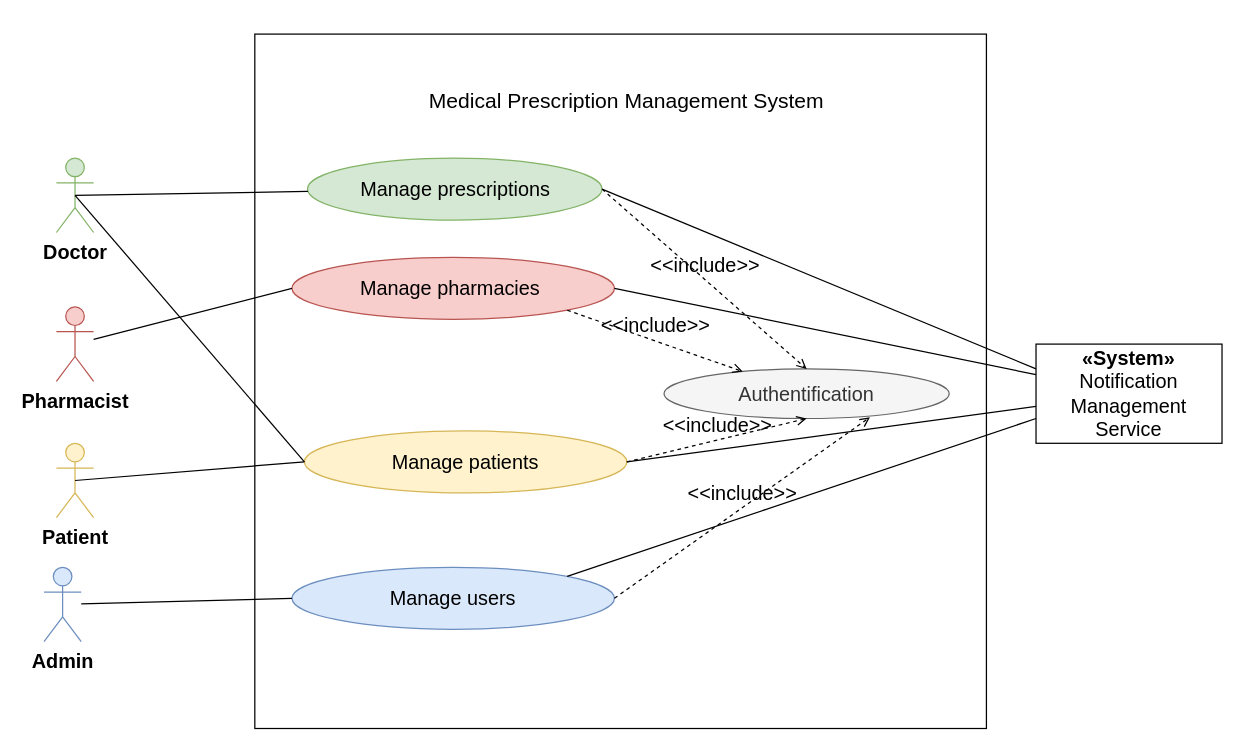
This is Use case_diagram/Global useCase diagram.drawio from siwar630/Conception-pfe, a draw.io file, before an edit. Source tidied: cells renumbered, new cells numbered last; positions are measured from the earlier drawing's top-left corner, leaving out a move shared by most shapes. Both pictures are drawn from the tidied source at 124%, with x=0, y=0 at pixel (43, 33).
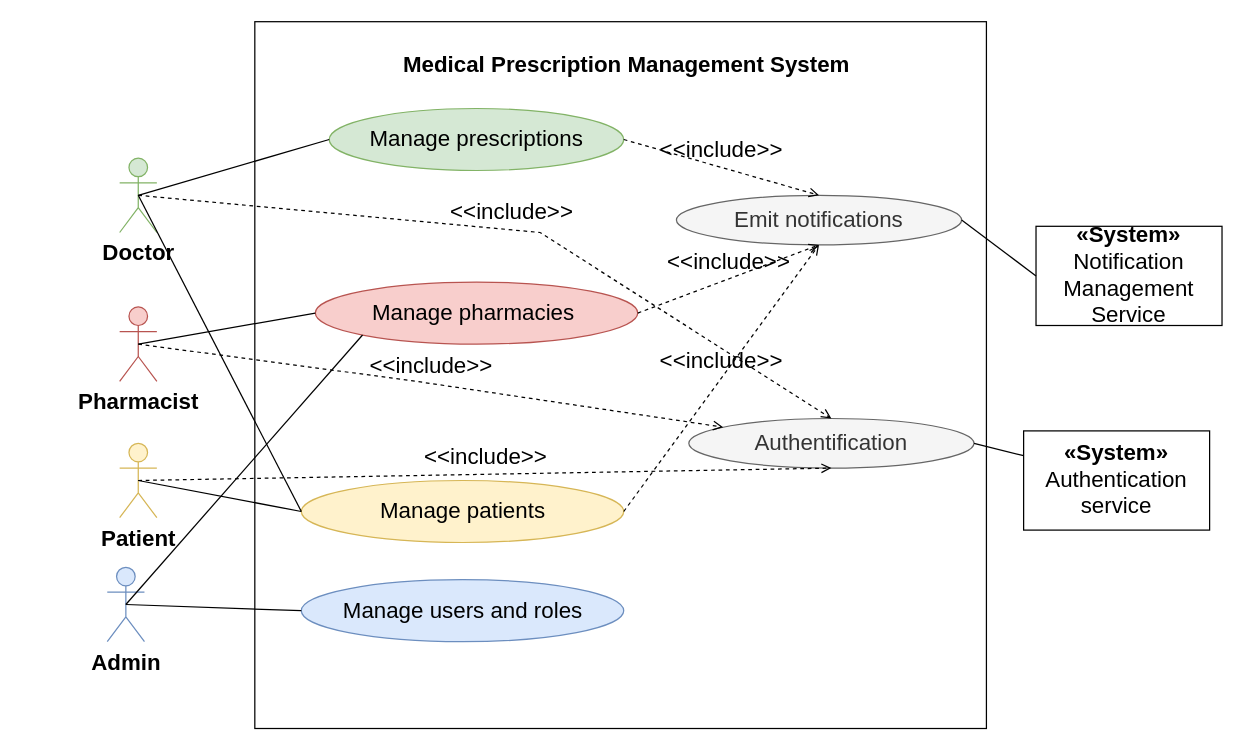
Above is the later version.

Commit message:
Mettre à jour Global useCase diagram.drawio

What changed in the source:
```diff
@@
-    <mxCell id="2" style="html=1;whiteSpace=wrap;fontSize=16;" parent="1" vertex="1">
-      <mxGeometry x="170" width="590" height="560" as="geometry" />
+    <mxCell id="2" style="html=1;whiteSpace=wrap;fontSize=18;" parent="1" vertex="1">
+      <mxGeometry x="170" y="-10" width="590" height="570" as="geometry" />
     </mxCell>
-    <mxCell id="3" value="&lt;span style=&quot;text-align: left;&quot;&gt;&lt;font&gt;&lt;span&gt;Medical Prescription Management System&lt;/span&gt;&lt;/font&gt;&lt;/span&gt;" style="text;html=1;align=center;verticalAlign=middle;whiteSpace=wrap;rounded=0;fontSize=17;fontStyle=0;" parent="1" vertex="1">
-      <mxGeometry x="250" y="40" width="440" height="30" as="geometry" />
+    <mxCell id="3" value="&lt;span style=&quot;text-align: left;&quot;&gt;&lt;font&gt;&lt;span&gt;Medical Prescription Management System&lt;/span&gt;&lt;/font&gt;&lt;/span&gt;" style="text;html=1;align=center;verticalAlign=middle;whiteSpace=wrap;rounded=0;fontSize=18;fontStyle=1;" parent="1" vertex="1">
+      <mxGeometry x="250" y="10" width="440" height="30" as="geometry" />
     </mxCell>
-    <mxCell id="4" value="&lt;span style=&quot;text-align: left; text-wrap-mode: wrap;&quot;&gt;Doctor&lt;/span&gt;" style="shape=umlActor;verticalLabelPosition=bottom;verticalAlign=top;html=1;outlineConnect=0;fillColor=#d5e8d4;strokeColor=#82b366;fontSize=16;fontStyle=1;" parent="1" vertex="1">
-      <mxGeometry x="10" y="100" width="30" height="60" as="geometry" />
+    <mxCell id="4" value="&lt;span style=&quot;text-align: left; text-wrap-mode: wrap;&quot;&gt;Doctor&lt;/span&gt;" style="shape=umlActor;verticalLabelPosition=bottom;verticalAlign=top;html=1;outlineConnect=0;fillColor=#d5e8d4;strokeColor=#82b366;fontSize=18;fontStyle=1;" parent="1" vertex="1">
+      <mxGeometry x="61" y="100" width="30" height="60" as="geometry" />
     </mxCell>
-    <mxCell id="5" value="&lt;span style=&quot;text-align: left; text-wrap-mode: wrap;&quot;&gt;&lt;b&gt;Pharmacist&lt;/b&gt;&lt;/span&gt;" style="shape=umlActor;verticalLabelPosition=bottom;verticalAlign=top;html=1;outlineConnect=0;fillColor=#f8cecc;strokeColor=#b85450;fontSize=16;" parent="1" vertex="1">
-      <mxGeometry x="10" y="220" width="30" height="60" as="geometry" />
+    <mxCell id="5" value="&lt;span style=&quot;text-align: left; text-wrap-mode: wrap;&quot;&gt;&lt;b&gt;Pharmacist&lt;/b&gt;&lt;/span&gt;" style="shape=umlActor;verticalLabelPosition=bottom;verticalAlign=top;html=1;outlineConnect=0;fillColor=#f8cecc;strokeColor=#b85450;fontSize=18;" parent="1" vertex="1">
+      <mxGeometry x="61" y="220" width="30" height="60" as="geometry" />
     </mxCell>
-    <mxCell id="6" value="&lt;b&gt;Patient&lt;/b&gt;" style="shape=umlActor;verticalLabelPosition=bottom;verticalAlign=top;html=1;outlineConnect=0;fillColor=#fff2cc;strokeColor=#d6b656;fontSize=16;" parent="1" vertex="1">
-      <mxGeometry x="10" y="330" width="30" height="60" as="geometry" />
+    <mxCell id="6" value="&lt;b&gt;Patient&lt;/b&gt;" style="shape=umlActor;verticalLabelPosition=bottom;verticalAlign=top;html=1;outlineConnect=0;fillColor=#fff2cc;strokeColor=#d6b656;fontSize=18;" parent="1" vertex="1">
+      <mxGeometry x="61" y="330" width="30" height="60" as="geometry" />
     </mxCell>
-    <mxCell id="7" value="&lt;b&gt;«System»&lt;br&gt;&lt;/b&gt;&lt;span style=&quot;text-align: left;&quot;&gt;Notification Management Service&lt;/span&gt;" style="html=1;whiteSpace=wrap;fontSize=16;" parent="1" vertex="1">
-      <mxGeometry x="800" y="250" width="150" height="80" as="geometry" />
+    <mxCell id="7" value="&lt;b&gt;«System»&lt;br&gt;&lt;/b&gt;&lt;span style=&quot;text-align: left;&quot;&gt;Notification Management Service&lt;/span&gt;" style="html=1;whiteSpace=wrap;fontSize=18;" parent="1" vertex="1">
+      <mxGeometry x="800" y="155" width="150" height="80" as="geometry" />
     </mxCell>
-    <mxCell id="8" value="&lt;span style=&quot;text-align: left;&quot;&gt;Manage prescriptions&lt;/span&gt;" style="ellipse;whiteSpace=wrap;html=1;align=center;fillColor=#d5e8d4;strokeColor=#82b366;fontSize=16;" parent="1" vertex="1">
-      <mxGeometry x="212.5" y="100" width="237.5" height="50" as="geometry" />
+    <mxCell id="8" value="&lt;span style=&quot;text-align: left;&quot;&gt;Manage prescriptions&lt;/span&gt;" style="ellipse;whiteSpace=wrap;html=1;align=center;fillColor=#d5e8d4;strokeColor=#82b366;fontSize=18;" parent="1" vertex="1">
+      <mxGeometry x="230" y="60" width="237.5" height="50" as="geometry" />
     </mxCell>
-    <mxCell id="9" value="&lt;span style=&quot;text-align: left;&quot;&gt;Manage pharmacies&amp;nbsp;&lt;/span&gt;" style="ellipse;whiteSpace=wrap;html=1;align=center;fillColor=#f8cecc;strokeColor=#b85450;fontSize=16;" parent="1" vertex="1">
-      <mxGeometry x="200" y="180" width="260" height="50" as="geometry" />
+    <mxCell id="9" value="&lt;span style=&quot;text-align: left;&quot;&gt;Manage pharmacies&amp;nbsp;&lt;/span&gt;" style="ellipse;whiteSpace=wrap;html=1;align=center;fillColor=#f8cecc;strokeColor=#b85450;fontSize=18;" parent="1" vertex="1">
+      <mxGeometry x="218.8" y="200" width="260" height="50" as="geometry" />
     </mxCell>
-    <mxCell id="10" value="&lt;span style=&quot;text-align: left;&quot;&gt;Manage users&lt;/span&gt;" style="ellipse;whiteSpace=wrap;html=1;align=center;fillColor=#dae8fc;strokeColor=#6c8ebf;fontSize=16;" parent="1" vertex="1">
-      <mxGeometry x="200" y="430" width="260" height="50" as="geometry" />
+    <mxCell id="10" value="&lt;span style=&quot;text-align: left;&quot;&gt;Manage users and roles&lt;/span&gt;" style="ellipse;whiteSpace=wrap;html=1;align=center;fillColor=#dae8fc;strokeColor=#6c8ebf;fontSize=18;" parent="1" vertex="1">
+      <mxGeometry x="207.5" y="440" width="260" height="50" as="geometry" />
     </mxCell>
-    <mxCell id="11" value="&lt;span style=&quot;text-align: left;&quot;&gt;Manage patients&lt;/span&gt;" style="ellipse;whiteSpace=wrap;html=1;align=center;fillColor=#fff2cc;strokeColor=#d6b656;fontSize=16;" parent="1" vertex="1">
-      <mxGeometry x="210" y="320" width="260" height="50" as="geometry" />
+    <mxCell id="11" value="&lt;span style=&quot;text-align: left;&quot;&gt;Manage patients&lt;/span&gt;" style="ellipse;whiteSpace=wrap;html=1;align=center;fillColor=#fff2cc;strokeColor=#d6b656;fontSize=18;" parent="1" vertex="1">
+      <mxGeometry x="207.5" y="360" width="260" height="50" as="geometry" />
     </mxCell>
-    <mxCell id="12" value="&lt;span&gt;Authentification&lt;/span&gt;" style="ellipse;whiteSpace=wrap;html=1;align=center;fillColor=#f5f5f5;fontColor=#333333;strokeColor=#666666;fontSize=16;" parent="1" vertex="1">
-      <mxGeometry x="500" y="270" width="230" height="40" as="geometry" />
+    <mxCell id="12" value="&lt;span&gt;Authentification&lt;/span&gt;" style="ellipse;whiteSpace=wrap;html=1;align=center;fillColor=#f5f5f5;fontColor=#333333;strokeColor=#666666;fontSize=18;" parent="1" vertex="1">
+      <mxGeometry x="520" y="310" width="230" height="40" as="geometry" />
     </mxCell>
-    <mxCell id="13" value="&lt;b&gt;Admin&lt;/b&gt;" style="shape=umlActor;verticalLabelPosition=bottom;verticalAlign=top;html=1;outlineConnect=0;fillColor=#dae8fc;strokeColor=#6c8ebf;fontSize=16;" parent="1" vertex="1">
-      <mxGeometry y="430" width="30" height="60" as="geometry" />
+    <mxCell id="13" value="&lt;b&gt;Admin&lt;/b&gt;" style="shape=umlActor;verticalLabelPosition=bottom;verticalAlign=top;html=1;outlineConnect=0;fillColor=#dae8fc;strokeColor=#6c8ebf;fontSize=18;" parent="1" vertex="1">
+      <mxGeometry x="51" y="430" width="30" height="60" as="geometry" />
     </mxCell>
-    <mxCell id="14" style="endArrow=none;html=1;rounded=0;exitX=0.5;exitY=0.5;exitDx=0;exitDy=0;exitPerimeter=0;fontSize=16;" parent="1" edge="1" source="4" target="8">
+    <mxCell id="14" style="endArrow=none;html=1;rounded=0;exitX=0.5;exitY=0.5;exitDx=0;exitDy=0;exitPerimeter=0;fontSize=18;entryX=0;entryY=0.5;entryDx=0;entryDy=0;" parent="1" edge="1" source="4" target="8">
       <mxGeometry relative="1" as="geometry" />
     </mxCell>
-    <mxCell id="15" style="endArrow=none;html=1;rounded=0;fontSize=16;entryX=0;entryY=0.5;entryDx=0;entryDy=0;" parent="1" edge="1" source="5" target="9">
+    <mxCell id="15" style="endArrow=none;html=1;rounded=0;fontSize=18;entryX=0;entryY=0.5;entryDx=0;entryDy=0;exitX=0.5;exitY=0.5;exitDx=0;exitDy=0;exitPerimeter=0;" parent="1" edge="1" source="5" target="9">
       <mxGeometry relative="1" as="geometry" />
     </mxCell>
-    <mxCell id="16" style="endArrow=none;html=1;rounded=0;entryX=0;entryY=0.5;entryDx=0;entryDy=0;fontSize=16;" parent="1" edge="1" source="13" target="10">
+    <mxCell id="16" style="endArrow=none;html=1;rounded=0;entryX=0;entryY=0.5;entryDx=0;entryDy=0;fontSize=18;exitX=0.5;exitY=0.5;exitDx=0;exitDy=0;exitPerimeter=0;" parent="1" edge="1" source="13" target="10">
       <mxGeometry relative="1" as="geometry" />
     </mxCell>
-    <mxCell id="17" style="endArrow=none;html=1;rounded=0;exitX=0.5;exitY=0.5;exitDx=0;exitDy=0;exitPerimeter=0;entryX=0;entryY=0.5;entryDx=0;entryDy=0;fontSize=16;" parent="1" edge="1" source="6" target="11">
+    <mxCell id="17" style="endArrow=none;html=1;rounded=0;exitX=0.5;exitY=0.5;exitDx=0;exitDy=0;exitPerimeter=0;entryX=0;entryY=0.5;entryDx=0;entryDy=0;fontSize=18;" parent="1" edge="1" source="6" target="11">
       <mxGeometry relative="1" as="geometry" />
     </mxCell>
-    <mxCell id="18" style="endArrow=none;html=1;rounded=0;entryX=0;entryY=0.5;entryDx=0;entryDy=0;exitX=0.5;exitY=0.5;exitDx=0;exitDy=0;exitPerimeter=0;fontSize=16;" parent="1" edge="1" source="4" target="11">
+    <mxCell id="18" style="endArrow=none;html=1;rounded=0;entryX=0;entryY=0.5;entryDx=0;entryDy=0;exitX=0.5;exitY=0.5;exitDx=0;exitDy=0;exitPerimeter=0;fontSize=18;" parent="1" edge="1" source="4" target="11">
       <mxGeometry relative="1" as="geometry" />
     </mxCell>
-    <mxCell id="19" value="&amp;lt;&amp;lt;include&amp;gt;&amp;gt;" style="edgeStyle=none;html=1;endArrow=open;verticalAlign=bottom;dashed=1;labelBackgroundColor=none;rounded=0;exitX=1;exitY=0.5;exitDx=0;exitDy=0;entryX=0.5;entryY=0;entryDx=0;entryDy=0;fontSize=16;" parent="1" edge="1" source="8" target="12">
-      <mxGeometry relative="1" as="geometry" />
+    <mxCell id="19" value="&amp;lt;&amp;lt;include&amp;gt;&amp;gt;" style="edgeStyle=none;html=1;endArrow=open;verticalAlign=bottom;dashed=1;labelBackgroundColor=none;rounded=0;exitX=0.5;exitY=0.5;exitDx=0;exitDy=0;entryX=0.5;entryY=0;entryDx=0;entryDy=0;fontSize=18;exitPerimeter=0;" parent="1" edge="1" source="4" target="12">
+      <mxGeometry relative="1" as="geometry">
+        <Array as="points">
+          <mxPoint x="400" y="160" />
+        </Array>
+      </mxGeometry>
     </mxCell>
-    <mxCell id="20" value="&amp;lt;&amp;lt;include&amp;gt;&amp;gt;" style="edgeStyle=none;html=1;endArrow=open;verticalAlign=bottom;dashed=1;labelBackgroundColor=none;rounded=0;exitX=1;exitY=1;exitDx=0;exitDy=0;fontSize=16;" parent="1" edge="1" source="9" target="12">
-      <mxGeometry relative="1" as="geometry" />
+    <mxCell id="20" value="&amp;lt;&amp;lt;include&amp;gt;&amp;gt;" style="edgeStyle=none;html=1;endArrow=open;verticalAlign=bottom;dashed=1;labelBackgroundColor=none;rounded=0;exitX=0.5;exitY=0.5;exitDx=0;exitDy=0;fontSize=18;exitPerimeter=0;" parent="1" edge="1" source="5" target="12">
+      <mxGeometry relative="1" as="geometry">
+        <Array as="points">
+          <mxPoint x="300" y="280" />
+        </Array>
+      </mxGeometry>
     </mxCell>
-    <mxCell id="21" value="&amp;lt;&amp;lt;include&amp;gt;&amp;gt;" style="edgeStyle=none;html=1;endArrow=open;verticalAlign=bottom;dashed=1;labelBackgroundColor=none;rounded=0;exitX=1;exitY=0.5;exitDx=0;exitDy=0;entryX=0.722;entryY=0.975;entryDx=0;entryDy=0;fontSize=16;entryPerimeter=0;" parent="1" edge="1" source="10" target="12">
-      <mxGeometry relative="1" as="geometry" />
-    </mxCell>
-    <mxCell id="22" value="&amp;lt;&amp;lt;include&amp;gt;&amp;gt;" style="edgeStyle=none;html=1;endArrow=open;verticalAlign=bottom;dashed=1;labelBackgroundColor=none;rounded=0;exitX=1;exitY=0.5;exitDx=0;exitDy=0;entryX=0.5;entryY=1;entryDx=0;entryDy=0;fontSize=16;" parent="1" edge="1" source="11" target="12">
+    <mxCell id="22" value="&amp;lt;&amp;lt;include&amp;gt;&amp;gt;" style="edgeStyle=none;html=1;endArrow=open;verticalAlign=bottom;dashed=1;labelBackgroundColor=none;rounded=0;exitX=0.5;exitY=0.5;exitDx=0;exitDy=0;entryX=0.5;entryY=1;entryDx=0;entryDy=0;fontSize=18;exitPerimeter=0;" parent="1" edge="1" source="6" target="12">
       <mxGeometry relative="1" as="geometry" />
     </mxCell>
-    <mxCell id="23" style="edgeStyle=none;html=1;endArrow=none;verticalAlign=bottom;rounded=0;exitX=1;exitY=0;exitDx=0;exitDy=0;entryX=0;entryY=0.75;entryDx=0;entryDy=0;fontSize=16;" parent="1" edge="1" source="10" target="7">
-      <mxGeometry relative="1" as="geometry" />
-    </mxCell>
-    <mxCell id="24" style="edgeStyle=none;html=1;endArrow=none;verticalAlign=bottom;rounded=0;exitX=1;exitY=0.5;exitDx=0;exitDy=0;fontSize=16;" parent="1" edge="1" source="11" target="7">
-      <mxGeometry relative="1" as="geometry" />
-    </mxCell>
-    <mxCell id="25" style="edgeStyle=none;html=1;endArrow=none;verticalAlign=bottom;rounded=0;exitX=1;exitY=0.5;exitDx=0;exitDy=0;fontSize=16;" parent="1" edge="1" source="9" target="7">
-      <mxGeometry relative="1" as="geometry" />
-    </mxCell>
-    <mxCell id="26" style="edgeStyle=none;html=1;endArrow=none;verticalAlign=bottom;rounded=0;exitX=1;exitY=0.5;exitDx=0;exitDy=0;entryX=0;entryY=0.25;entryDx=0;entryDy=0;fontSize=16;" parent="1" edge="1" source="8" target="7">
-      <mxGeometry relative="1" as="geometry" />
-    </mxCell>
+    <mxCell id="27" value="&lt;span&gt;Emit notifications&lt;/span&gt;" style="ellipse;whiteSpace=wrap;html=1;align=center;fillColor=#f5f5f5;fontColor=#333333;strokeColor=#666666;fontSize=18;" parent="1" vertex="1">
+      <mxGeometry x="510" y="130" width="230" height="40" as="geometry" />
+    </mxCell>
+    <mxCell id="28" style="endArrow=none;html=1;rounded=0;fontSize=18;entryX=0;entryY=0.5;entryDx=0;entryDy=0;exitX=1;exitY=0.5;exitDx=0;exitDy=0;" parent="1" edge="1" source="27" target="7">
+      <mxGeometry relative="1" as="geometry" />
+    </mxCell>
+    <mxCell id="29" value="&lt;b&gt;«System»&lt;br&gt;&lt;/b&gt;&lt;span style=&quot;text-align: left;&quot;&gt;Authentication service&lt;/span&gt;" style="html=1;whiteSpace=wrap;fontSize=18;" parent="1" vertex="1">
+      <mxGeometry x="790" y="320" width="150" height="80" as="geometry" />
+    </mxCell>
+    <mxCell id="30" style="endArrow=none;html=1;rounded=0;fontSize=18;entryX=0;entryY=0.25;entryDx=0;entryDy=0;exitX=1;exitY=0.5;exitDx=0;exitDy=0;" parent="1" edge="1" source="12" target="29">
+      <mxGeometry relative="1" as="geometry" />
+    </mxCell>
+    <mxCell id="31" style="endArrow=none;html=1;rounded=0;fontSize=18;entryX=0;entryY=1;entryDx=0;entryDy=0;exitX=0.5;exitY=0.5;exitDx=0;exitDy=0;exitPerimeter=0;" parent="1" edge="1" source="13" target="9">
+      <mxGeometry relative="1" as="geometry" />
+    </mxCell>
+    <mxCell id="32" value="&amp;lt;&amp;lt;include&amp;gt;&amp;gt;" style="edgeStyle=none;html=1;endArrow=open;verticalAlign=bottom;dashed=1;labelBackgroundColor=none;rounded=0;exitX=1;exitY=0.5;exitDx=0;exitDy=0;entryX=0.5;entryY=0;entryDx=0;entryDy=0;fontSize=18;" parent="1" edge="1" source="8" target="27">
+      <mxGeometry relative="1" as="geometry" />
+    </mxCell>
+    <mxCell id="33" value="&amp;lt;&amp;lt;include&amp;gt;&amp;gt;" style="edgeStyle=none;html=1;endArrow=open;verticalAlign=bottom;dashed=1;labelBackgroundColor=none;rounded=0;exitX=1;exitY=0.5;exitDx=0;exitDy=0;entryX=0.5;entryY=1;entryDx=0;entryDy=0;fontSize=18;" parent="1" edge="1" source="9" target="27">
+      <mxGeometry relative="1" as="geometry" />
+    </mxCell>
+    <mxCell id="34" value="&amp;lt;&amp;lt;include&amp;gt;&amp;gt;" style="edgeStyle=none;html=1;endArrow=open;verticalAlign=bottom;dashed=1;labelBackgroundColor=none;rounded=0;exitX=1;exitY=0.5;exitDx=0;exitDy=0;entryX=0.5;entryY=1;entryDx=0;entryDy=0;fontSize=18;" parent="1" edge="1" source="11" target="27">
+      <mxGeometry relative="1" as="geometry" />
+    </mxCell>
```
